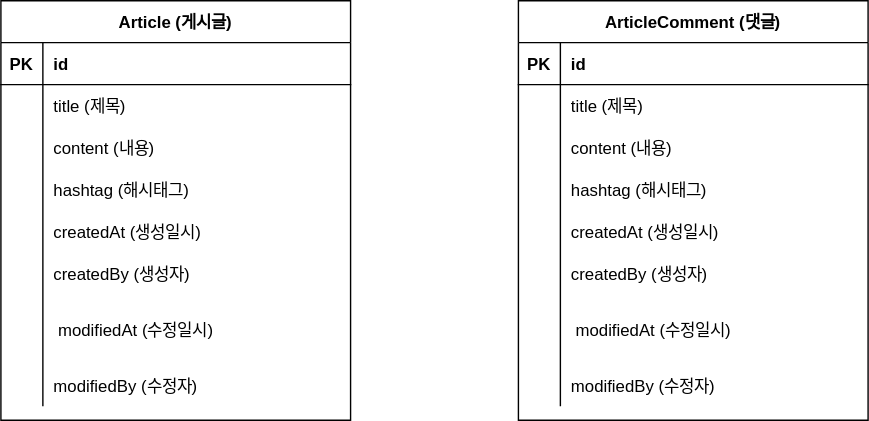
LHS-11/etc keeps this draw.io diagram as document/project-board-erd.svg. Above is the earlier version. Source tidied: cells renumbered, new cells last; positions are measured from the earlier drawing's top-left corner, leaving out a move shared by most shapes.
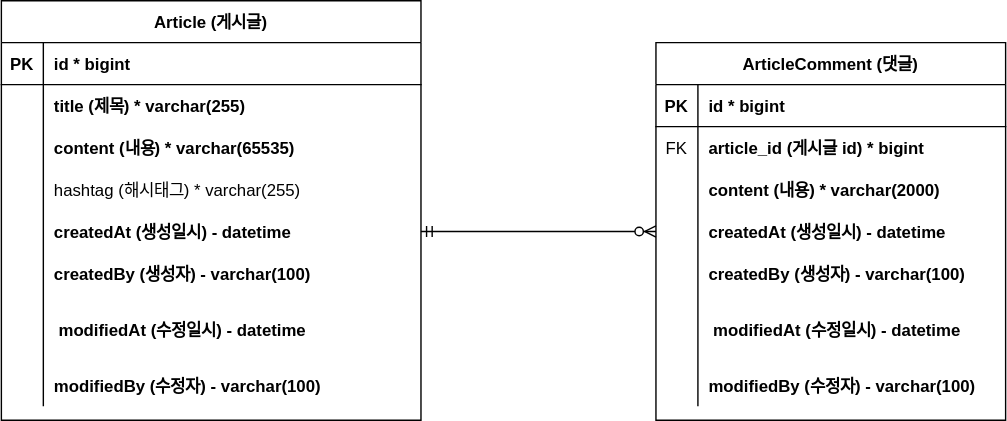
Above is the later version.

Diff of the diagram source:
```diff
@@ -3,82 +3,82 @@
     <mxCell id="0" />
     <mxCell id="1" parent="0" />
     <mxCell id="2" value="Article (게시글)" style="shape=table;startSize=30;rowLines=0;fontStyle=1;align=center;" parent="1" vertex="1">
-      <mxGeometry width="250" height="300" as="geometry" />
+      <mxGeometry x="-48" width="300" height="300" as="geometry" />
     </mxCell>
     <mxCell id="3" style="shape=partialRectangle;fillColor=none;top=0;left=0;right=0;bottom=1;" parent="2" vertex="1">
-      <mxGeometry y="30" width="250" height="30" as="geometry" />
+      <mxGeometry y="30" width="300" height="30" as="geometry" />
     </mxCell>
     <mxCell id="4" value="PK" style="shape=partialRectangle;overflow=hidden;fillColor=none;top=0;left=0;bottom=0;right=0;fontStyle=1;" parent="3" vertex="1">
       <mxGeometry width="30" height="30" as="geometry" />
     </mxCell>
-    <mxCell id="5" value="id" style="shape=partialRectangle;overflow=hidden;fillColor=none;top=0;left=0;bottom=0;right=0;align=left;spacingLeft=6;fontStyle=1;" parent="3" vertex="1">
-      <mxGeometry x="30" width="220" height="30" as="geometry" />
+    <mxCell id="5" value="id * bigint" style="shape=partialRectangle;overflow=hidden;fillColor=none;top=0;left=0;bottom=0;right=0;align=left;spacingLeft=6;fontStyle=1;" parent="3" vertex="1">
+      <mxGeometry x="30" width="270" height="30" as="geometry" />
     </mxCell>
     <mxCell id="6" style="shape=partialRectangle;fillColor=none;top=0;left=0;right=0;bottom=0;" parent="2" vertex="1">
-      <mxGeometry y="60" width="250" height="30" as="geometry" />
+      <mxGeometry y="60" width="300" height="30" as="geometry" />
     </mxCell>
     <mxCell id="7" style="shape=partialRectangle;overflow=hidden;fillColor=none;top=0;left=0;bottom=0;right=0;" parent="6" vertex="1">
       <mxGeometry width="30" height="30" as="geometry" />
     </mxCell>
-    <mxCell id="8" value="title (제목)" style="shape=partialRectangle;overflow=hidden;fillColor=none;top=0;left=0;bottom=0;right=0;align=left;spacingLeft=6;" parent="6" vertex="1">
-      <mxGeometry x="30" width="220" height="30" as="geometry" />
+    <mxCell id="8" value="title (제목) * varchar(255)" style="shape=partialRectangle;overflow=hidden;fillColor=none;top=0;left=0;bottom=0;right=0;align=left;spacingLeft=6;fontStyle=1;" parent="6" vertex="1">
+      <mxGeometry x="30" width="270" height="30" as="geometry" />
     </mxCell>
     <mxCell id="9" style="shape=partialRectangle;fillColor=none;top=0;left=0;right=0;bottom=0;" parent="2" vertex="1">
-      <mxGeometry y="90" width="250" height="30" as="geometry" />
+      <mxGeometry y="90" width="300" height="30" as="geometry" />
     </mxCell>
     <mxCell id="10" style="shape=partialRectangle;overflow=hidden;fillColor=none;top=0;left=0;bottom=0;right=0;" parent="9" vertex="1">
       <mxGeometry width="30" height="30" as="geometry" />
     </mxCell>
-    <mxCell id="11" value="content (내용)" style="shape=partialRectangle;overflow=hidden;fillColor=none;top=0;left=0;bottom=0;right=0;align=left;spacingLeft=6;" parent="9" vertex="1">
-      <mxGeometry x="30" width="220" height="30" as="geometry" />
+    <mxCell id="11" value="content (내용) * varchar(65535)" style="shape=partialRectangle;overflow=hidden;fillColor=none;top=0;left=0;bottom=0;right=0;align=left;spacingLeft=6;fontStyle=1;" parent="9" vertex="1">
+      <mxGeometry x="30" width="270" height="30" as="geometry" />
     </mxCell>
     <mxCell id="12" style="shape=partialRectangle;fillColor=none;top=0;left=0;right=0;bottom=0;" parent="2" vertex="1">
-      <mxGeometry y="120" width="250" height="30" as="geometry" />
+      <mxGeometry y="120" width="300" height="30" as="geometry" />
     </mxCell>
     <mxCell id="13" style="shape=partialRectangle;overflow=hidden;fillColor=none;top=0;left=0;bottom=0;right=0;" parent="12" vertex="1">
       <mxGeometry width="30" height="30" as="geometry" />
     </mxCell>
-    <mxCell id="14" value="hashtag (해시태그)" style="shape=partialRectangle;overflow=hidden;fillColor=none;top=0;left=0;bottom=0;right=0;align=left;spacingLeft=6;" parent="12" vertex="1">
-      <mxGeometry x="30" width="220" height="30" as="geometry" />
+    <mxCell id="14" value="hashtag (해시태그) * varchar(255)" style="shape=partialRectangle;overflow=hidden;fillColor=none;top=0;left=0;bottom=0;right=0;align=left;spacingLeft=6;" parent="12" vertex="1">
+      <mxGeometry x="30" width="270" height="30" as="geometry" />
     </mxCell>
     <mxCell id="15" style="shape=partialRectangle;fillColor=none;points=[[0,0.5],[1,0.5]];portConstraint=eastwest;top=0;left=0;right=0;bottom=0;" parent="2" vertex="1">
-      <mxGeometry y="150" width="250" height="30" as="geometry" />
+      <mxGeometry y="150" width="300" height="30" as="geometry" />
     </mxCell>
     <mxCell id="16" style="shape=partialRectangle;overflow=hidden;fillColor=none;top=0;left=0;bottom=0;right=0;" parent="15" vertex="1">
       <mxGeometry width="30" height="30" as="geometry" />
     </mxCell>
-    <mxCell id="17" value="createdAt (생성일시)" style="shape=partialRectangle;overflow=hidden;fillColor=none;top=0;left=0;bottom=0;right=0;align=left;spacingLeft=6;" parent="15" vertex="1">
-      <mxGeometry x="30" width="220" height="30" as="geometry" />
+    <mxCell id="17" value="createdAt (생성일시) - datetime" style="shape=partialRectangle;overflow=hidden;fillColor=none;top=0;left=0;bottom=0;right=0;align=left;spacingLeft=6;fontStyle=1;" parent="15" vertex="1">
+      <mxGeometry x="30" width="270" height="30" as="geometry" />
     </mxCell>
     <mxCell id="18" style="shape=partialRectangle;fillColor=none;top=0;left=0;right=0;bottom=0;" parent="2" vertex="1">
-      <mxGeometry y="180" width="250" height="30" as="geometry" />
+      <mxGeometry y="180" width="300" height="30" as="geometry" />
     </mxCell>
     <mxCell id="19" style="shape=partialRectangle;overflow=hidden;fillColor=none;top=0;left=0;bottom=0;right=0;" parent="18" vertex="1">
       <mxGeometry width="30" height="30" as="geometry" />
     </mxCell>
-    <mxCell id="20" value="createdBy (생성자)" style="shape=partialRectangle;overflow=hidden;fillColor=none;top=0;left=0;bottom=0;right=0;align=left;spacingLeft=6;" parent="18" vertex="1">
-      <mxGeometry x="30" width="220" height="30" as="geometry" />
+    <mxCell id="20" value="createdBy (생성자) - varchar(100)" style="shape=partialRectangle;overflow=hidden;fillColor=none;top=0;left=0;bottom=0;right=0;align=left;spacingLeft=6;fontStyle=1;" parent="18" vertex="1">
+      <mxGeometry x="30" width="270" height="30" as="geometry" />
     </mxCell>
     <mxCell id="21" style="shape=partialRectangle;fillColor=none;top=0;left=0;right=0;bottom=0;" parent="2" vertex="1">
-      <mxGeometry y="210" width="250" height="50" as="geometry" />
+      <mxGeometry y="210" width="300" height="50" as="geometry" />
     </mxCell>
     <mxCell id="22" style="shape=partialRectangle;overflow=hidden;fillColor=none;top=0;left=0;bottom=0;right=0;" parent="21" vertex="1">
       <mxGeometry width="30" height="50" as="geometry" />
     </mxCell>
-    <mxCell id="23" value=" modifiedAt (수정일시)" style="shape=partialRectangle;overflow=hidden;fillColor=none;top=0;left=0;bottom=0;right=0;align=left;spacingLeft=6;" parent="21" vertex="1">
-      <mxGeometry x="30" width="220" height="50" as="geometry" />
+    <mxCell id="23" value=" modifiedAt (수정일시) - datetime" style="shape=partialRectangle;overflow=hidden;fillColor=none;top=0;left=0;bottom=0;right=0;align=left;spacingLeft=6;fontStyle=1;" parent="21" vertex="1">
+      <mxGeometry x="30" width="270" height="50" as="geometry" />
     </mxCell>
     <mxCell id="24" style="shape=partialRectangle;fillColor=none;top=0;left=0;right=0;bottom=0;" parent="2" vertex="1">
-      <mxGeometry y="260" width="250" height="30" as="geometry" />
+      <mxGeometry y="260" width="300" height="30" as="geometry" />
     </mxCell>
     <mxCell id="25" style="shape=partialRectangle;overflow=hidden;fillColor=none;top=0;left=0;bottom=0;right=0;" parent="24" vertex="1">
       <mxGeometry width="30" height="30" as="geometry" />
     </mxCell>
-    <mxCell id="26" value="modifiedBy (수정자)" style="shape=partialRectangle;overflow=hidden;fillColor=none;top=0;left=0;bottom=0;right=0;align=left;spacingLeft=6;" parent="24" vertex="1">
-      <mxGeometry x="30" width="220" height="30" as="geometry" />
+    <mxCell id="26" value="modifiedBy (수정자) - varchar(100)" style="shape=partialRectangle;overflow=hidden;fillColor=none;top=0;left=0;bottom=0;right=0;align=left;spacingLeft=6;fontStyle=1;" parent="24" vertex="1">
+      <mxGeometry x="30" width="270" height="30" as="geometry" />
     </mxCell>
     <mxCell id="27" value="ArticleComment (댓글)" style="shape=table;startSize=30;rowLines=0;fontStyle=1;align=center;" parent="1" vertex="1">
-      <mxGeometry x="370" width="250" height="300" as="geometry" />
+      <mxGeometry x="420" y="30" width="250" height="270" as="geometry" />
     </mxCell>
     <mxCell id="28" style="shape=partialRectangle;fillColor=none;top=0;left=0;right=0;bottom=1;" parent="27" vertex="1">
       <mxGeometry y="30" width="250" height="30" as="geometry" />
@@ -86,16 +86,16 @@
     <mxCell id="29" value="PK" style="shape=partialRectangle;overflow=hidden;fillColor=none;top=0;left=0;bottom=0;right=0;fontStyle=1;" parent="28" vertex="1">
       <mxGeometry width="30" height="30" as="geometry" />
     </mxCell>
-    <mxCell id="30" value="id" style="shape=partialRectangle;overflow=hidden;fillColor=none;top=0;left=0;bottom=0;right=0;align=left;spacingLeft=6;fontStyle=1;" parent="28" vertex="1">
+    <mxCell id="30" value="id * bigint" style="shape=partialRectangle;overflow=hidden;fillColor=none;top=0;left=0;bottom=0;right=0;align=left;spacingLeft=6;fontStyle=1;" parent="28" vertex="1">
       <mxGeometry x="30" width="220" height="30" as="geometry" />
     </mxCell>
     <mxCell id="31" style="shape=partialRectangle;fillColor=none;top=0;left=0;right=0;bottom=0;" parent="27" vertex="1">
       <mxGeometry y="60" width="250" height="30" as="geometry" />
     </mxCell>
-    <mxCell id="32" style="shape=partialRectangle;overflow=hidden;fillColor=none;top=0;left=0;bottom=0;right=0;" parent="31" vertex="1">
+    <mxCell id="32" value="FK" style="shape=partialRectangle;overflow=hidden;fillColor=none;top=0;left=0;bottom=0;right=0;" parent="31" vertex="1">
       <mxGeometry width="30" height="30" as="geometry" />
     </mxCell>
-    <mxCell id="33" value="title (제목)" style="shape=partialRectangle;overflow=hidden;fillColor=none;top=0;left=0;bottom=0;right=0;align=left;spacingLeft=6;" parent="31" vertex="1">
+    <mxCell id="33" value="article_id (게시글 id) * bigint" style="shape=partialRectangle;overflow=hidden;fillColor=none;top=0;left=0;bottom=0;right=0;align=left;spacingLeft=6;fontStyle=1;" parent="31" vertex="1">
       <mxGeometry x="30" width="220" height="30" as="geometry" />
     </mxCell>
     <mxCell id="34" style="shape=partialRectangle;fillColor=none;top=0;left=0;right=0;bottom=0;" parent="27" vertex="1">
@@ -104,53 +104,47 @@
     <mxCell id="35" style="shape=partialRectangle;overflow=hidden;fillColor=none;top=0;left=0;bottom=0;right=0;" parent="34" vertex="1">
       <mxGeometry width="30" height="30" as="geometry" />
     </mxCell>
-    <mxCell id="36" value="content (내용)" style="shape=partialRectangle;overflow=hidden;fillColor=none;top=0;left=0;bottom=0;right=0;align=left;spacingLeft=6;" parent="34" vertex="1">
+    <mxCell id="36" value="content (내용) * varchar(2000)" style="shape=partialRectangle;overflow=hidden;fillColor=none;top=0;left=0;bottom=0;right=0;align=left;spacingLeft=6;fontStyle=1;" parent="34" vertex="1">
       <mxGeometry x="30" width="220" height="30" as="geometry" />
     </mxCell>
-    <mxCell id="37" style="shape=partialRectangle;fillColor=none;top=0;left=0;right=0;bottom=0;" parent="27" vertex="1">
-      <mxGeometry y="120" width="250" height="30" as="geometry" />
-    </mxCell>
-    <mxCell id="38" style="shape=partialRectangle;overflow=hidden;fillColor=none;top=0;left=0;bottom=0;right=0;" parent="37" vertex="1">
-      <mxGeometry width="30" height="30" as="geometry" />
-    </mxCell>
-    <mxCell id="39" value="hashtag (해시태그)" style="shape=partialRectangle;overflow=hidden;fillColor=none;top=0;left=0;bottom=0;right=0;align=left;spacingLeft=6;" parent="37" vertex="1">
-      <mxGeometry x="30" width="220" height="30" as="geometry" />
-    </mxCell>
     <mxCell id="40" style="shape=partialRectangle;fillColor=none;points=[[0,0.5],[1,0.5]];portConstraint=eastwest;top=0;left=0;right=0;bottom=0;" parent="27" vertex="1">
-      <mxGeometry y="150" width="250" height="30" as="geometry" />
+      <mxGeometry y="120" width="250" height="30" as="geometry" />
     </mxCell>
     <mxCell id="41" style="shape=partialRectangle;overflow=hidden;fillColor=none;top=0;left=0;bottom=0;right=0;" parent="40" vertex="1">
       <mxGeometry width="30" height="30" as="geometry" />
     </mxCell>
-    <mxCell id="42" value="createdAt (생성일시)" style="shape=partialRectangle;overflow=hidden;fillColor=none;top=0;left=0;bottom=0;right=0;align=left;spacingLeft=6;" parent="40" vertex="1">
+    <mxCell id="42" value="createdAt (생성일시) - datetime" style="shape=partialRectangle;overflow=hidden;fillColor=none;top=0;left=0;bottom=0;right=0;align=left;spacingLeft=6;fontStyle=1;" parent="40" vertex="1">
       <mxGeometry x="30" width="220" height="30" as="geometry" />
     </mxCell>
     <mxCell id="43" style="shape=partialRectangle;fillColor=none;top=0;left=0;right=0;bottom=0;" parent="27" vertex="1">
-      <mxGeometry y="180" width="250" height="30" as="geometry" />
+      <mxGeometry y="150" width="250" height="30" as="geometry" />
     </mxCell>
     <mxCell id="44" style="shape=partialRectangle;overflow=hidden;fillColor=none;top=0;left=0;bottom=0;right=0;" parent="43" vertex="1">
       <mxGeometry width="30" height="30" as="geometry" />
     </mxCell>
-    <mxCell id="45" value="createdBy (생성자)" style="shape=partialRectangle;overflow=hidden;fillColor=none;top=0;left=0;bottom=0;right=0;align=left;spacingLeft=6;" parent="43" vertex="1">
+    <mxCell id="45" value="createdBy (생성자) - varchar(100)" style="shape=partialRectangle;overflow=hidden;fillColor=none;top=0;left=0;bottom=0;right=0;align=left;spacingLeft=6;fontStyle=1;" parent="43" vertex="1">
       <mxGeometry x="30" width="220" height="30" as="geometry" />
     </mxCell>
     <mxCell id="46" style="shape=partialRectangle;fillColor=none;top=0;left=0;right=0;bottom=0;" parent="27" vertex="1">
-      <mxGeometry y="210" width="250" height="50" as="geometry" />
+      <mxGeometry y="180" width="250" height="50" as="geometry" />
     </mxCell>
     <mxCell id="47" style="shape=partialRectangle;overflow=hidden;fillColor=none;top=0;left=0;bottom=0;right=0;" parent="46" vertex="1">
       <mxGeometry width="30" height="50" as="geometry" />
     </mxCell>
-    <mxCell id="48" value=" modifiedAt (수정일시)" style="shape=partialRectangle;overflow=hidden;fillColor=none;top=0;left=0;bottom=0;right=0;align=left;spacingLeft=6;" parent="46" vertex="1">
+    <mxCell id="48" value=" modifiedAt (수정일시) - datetime" style="shape=partialRectangle;overflow=hidden;fillColor=none;top=0;left=0;bottom=0;right=0;align=left;spacingLeft=6;fontStyle=1;" parent="46" vertex="1">
       <mxGeometry x="30" width="220" height="50" as="geometry" />
     </mxCell>
     <mxCell id="49" style="shape=partialRectangle;fillColor=none;top=0;left=0;right=0;bottom=0;" parent="27" vertex="1">
-      <mxGeometry y="260" width="250" height="30" as="geometry" />
+      <mxGeometry y="230" width="250" height="30" as="geometry" />
     </mxCell>
     <mxCell id="50" style="shape=partialRectangle;overflow=hidden;fillColor=none;top=0;left=0;bottom=0;right=0;" parent="49" vertex="1">
       <mxGeometry width="30" height="30" as="geometry" />
     </mxCell>
-    <mxCell id="51" value="modifiedBy (수정자)" style="shape=partialRectangle;overflow=hidden;fillColor=none;top=0;left=0;bottom=0;right=0;align=left;spacingLeft=6;" parent="49" vertex="1">
+    <mxCell id="51" value="modifiedBy (수정자) - varchar(100)" style="shape=partialRectangle;overflow=hidden;fillColor=none;top=0;left=0;bottom=0;right=0;align=left;spacingLeft=6;fontStyle=1;" parent="49" vertex="1">
       <mxGeometry x="30" width="220" height="30" as="geometry" />
     </mxCell>
+    <mxCell id="52" style="edgeStyle=entityRelationEdgeStyle;fontSize=12;html=1;endArrow=ERzeroToMany;startArrow=ERmandOne;rounded=0;exitX=1;exitY=0.5;exitDx=0;exitDy=0;entryX=0;entryY=0.5;entryDx=0;entryDy=0;" parent="1" edge="1" source="15" target="40">
+      <mxGeometry relative="1" as="geometry" />
+    </mxCell>
   </root>
 </mxGraphModel>
```
